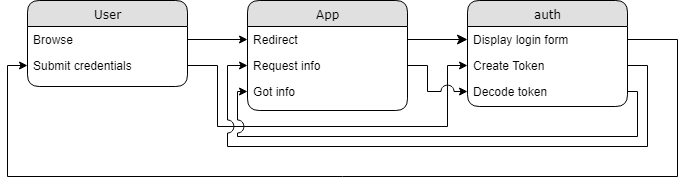
This is public/readme/implicit.png from onichandame/myserver, a draw.io export, as it was before one commit. Source tidied: cells renumbered, new cells last; positions are measured from the earlier drawing's top-left corner, leaving out a move shared by most shapes. Source of this version:
```xml
<mxGraphModel background="#ffffff">
  <root>
    <mxCell id="0" />
    <mxCell id="1" parent="0" />
    <mxCell id="2" value="App" style="swimlane;html=1;fontStyle=0;horizontal=1;startSize=26;fillColor=#e0e0e0;swimlaneFillColor=#ffffff;align=center;rounded=1;shadow=0;comic=0;labelBackgroundColor=none;strokeColor=#000000;strokeWidth=1;fontFamily=Verdana;fontSize=12;fontColor=#000000;" parent="1" vertex="1">
      <mxGeometry x="240" width="160" height="110" as="geometry" />
    </mxCell>
    <mxCell id="3" value="Redirect" style="text;html=1;strokeColor=none;fillColor=none;spacingLeft=4;spacingRight=4;whiteSpace=wrap;overflow=hidden;points=[[0,0.5],[1,0.5]];portConstraint=eastwest;" parent="2" vertex="1">
      <mxGeometry y="26" width="160" height="26" as="geometry" />
    </mxCell>
    <mxCell id="4" value="Request info" style="text;html=1;strokeColor=none;fillColor=none;spacingLeft=4;spacingRight=4;whiteSpace=wrap;overflow=hidden;points=[[0,0.5],[1,0.5]];portConstraint=eastwest;" parent="2" vertex="1">
      <mxGeometry y="52" width="160" height="26" as="geometry" />
    </mxCell>
    <mxCell id="5" value="Got info" style="text;html=1;strokeColor=none;fillColor=none;spacingLeft=4;spacingRight=4;whiteSpace=wrap;overflow=hidden;points=[[0,0.5],[1,0.5]];portConstraint=eastwest;" parent="2" vertex="1">
      <mxGeometry y="78" width="160" height="26" as="geometry" />
    </mxCell>
    <mxCell id="6" value="auth" style="swimlane;html=1;fontStyle=0;horizontal=1;startSize=26;fillColor=#e0e0e0;swimlaneFillColor=#ffffff;align=center;rounded=1;shadow=0;comic=0;labelBackgroundColor=none;strokeColor=#000000;strokeWidth=1;fontFamily=Verdana;fontSize=12;fontColor=#000000;" parent="1" vertex="1">
      <mxGeometry x="460" width="160" height="106" as="geometry" />
    </mxCell>
    <mxCell id="7" value="Display login form" style="text;html=1;strokeColor=none;fillColor=none;spacingLeft=4;spacingRight=4;whiteSpace=wrap;overflow=hidden;points=[[0,0.5],[1,0.5]];portConstraint=eastwest;" parent="6" vertex="1">
      <mxGeometry y="26" width="160" height="26" as="geometry" />
    </mxCell>
    <mxCell id="8" value="Create Token" style="text;html=1;strokeColor=none;fillColor=none;spacingLeft=4;spacingRight=4;whiteSpace=wrap;overflow=hidden;points=[[0,0.5],[1,0.5]];portConstraint=eastwest;" parent="6" vertex="1">
      <mxGeometry y="52" width="160" height="26" as="geometry" />
    </mxCell>
    <mxCell id="9" value="Decode token" style="text;html=1;strokeColor=none;fillColor=none;spacingLeft=4;spacingRight=4;whiteSpace=wrap;overflow=hidden;points=[[0,0.5],[1,0.5]];portConstraint=eastwest;" parent="6" vertex="1">
      <mxGeometry y="78" width="160" height="26" as="geometry" />
    </mxCell>
    <mxCell id="10" value="User" style="swimlane;html=1;fontStyle=0;horizontal=1;startSize=26;fillColor=#e0e0e0;swimlaneFillColor=#ffffff;align=center;rounded=1;shadow=0;comic=0;labelBackgroundColor=none;strokeColor=#000000;strokeWidth=1;fontFamily=Verdana;fontSize=12;fontColor=#000000;" parent="1" vertex="1">
      <mxGeometry x="20" width="160" height="86" as="geometry" />
    </mxCell>
    <mxCell id="11" value="Browse" style="text;html=1;strokeColor=none;fillColor=none;spacingLeft=4;spacingRight=4;whiteSpace=wrap;overflow=hidden;points=[[0,0.5],[1,0.5]];portConstraint=eastwest;" parent="10" vertex="1">
      <mxGeometry y="26" width="160" height="26" as="geometry" />
    </mxCell>
    <mxCell id="12" value="Submit credentials" style="text;html=1;strokeColor=none;fillColor=none;spacingLeft=4;spacingRight=4;whiteSpace=wrap;overflow=hidden;points=[[0,0.5],[1,0.5]];portConstraint=eastwest;" parent="10" vertex="1">
      <mxGeometry y="52" width="160" height="26" as="geometry" />
    </mxCell>
    <mxCell id="13" style="edgeStyle=orthogonalEdgeStyle;rounded=0;jettySize=auto;html=1;exitX=1;exitY=0.5;exitDx=0;exitDy=0;entryX=0;entryY=0.5;entryDx=0;entryDy=0;" parent="1" edge="1" source="11" target="3">
      <mxGeometry relative="1" as="geometry" />
    </mxCell>
    <mxCell id="14" style="edgeStyle=orthogonalEdgeStyle;html=1;exitX=1;exitY=0.5;entryX=0;entryY=0.5;labelBackgroundColor=none;startFill=0;startSize=8;endFill=1;endSize=8;fontFamily=Verdana;fontSize=12;exitDx=0;exitDy=0;entryDx=0;entryDy=0;" parent="1" edge="1" source="3" target="7">
      <mxGeometry relative="1" as="geometry" />
    </mxCell>
    <mxCell id="15" style="edgeStyle=orthogonalEdgeStyle;rounded=0;jettySize=auto;html=1;exitX=1;exitY=0.5;exitDx=0;exitDy=0;entryX=0;entryY=0.5;entryDx=0;entryDy=0;" parent="1" edge="1" source="7" target="12">
      <mxGeometry relative="1" as="geometry">
        <Array as="points">
          <mxPoint x="670" y="39" />
          <mxPoint x="670" y="176" />
          <mxPoint y="176" />
          <mxPoint y="65" />
        </Array>
      </mxGeometry>
    </mxCell>
    <mxCell id="16" style="edgeStyle=orthogonalEdgeStyle;rounded=0;jettySize=auto;html=1;exitX=1;exitY=0.5;exitDx=0;exitDy=0;entryX=0;entryY=0.5;entryDx=0;entryDy=0;" parent="1" edge="1" source="12" target="8">
      <mxGeometry relative="1" as="geometry">
        <Array as="points">
          <mxPoint x="210" y="65" />
          <mxPoint x="210" y="126" />
          <mxPoint x="440" y="126" />
          <mxPoint x="440" y="65" />
        </Array>
      </mxGeometry>
    </mxCell>
    <mxCell id="17" style="edgeStyle=orthogonalEdgeStyle;rounded=0;jettySize=auto;html=1;exitX=1;exitY=0.5;exitDx=0;exitDy=0;entryX=0;entryY=0.5;entryDx=0;entryDy=0;jumpStyle=arc;jumpSize=13;" parent="1" edge="1" source="8" target="4">
      <mxGeometry relative="1" as="geometry">
        <Array as="points">
          <mxPoint x="640" y="65" />
          <mxPoint x="640" y="146" />
          <mxPoint x="220" y="146" />
          <mxPoint x="220" y="65" />
        </Array>
      </mxGeometry>
    </mxCell>
    <mxCell id="18" style="edgeStyle=orthogonalEdgeStyle;rounded=0;jettySize=auto;html=1;exitX=1;exitY=0.5;exitDx=0;exitDy=0;entryX=0;entryY=0.5;entryDx=0;entryDy=0;jumpStyle=arc;jumpSize=13;" parent="1" edge="1" source="4" target="9">
      <mxGeometry relative="1" as="geometry">
        <Array as="points">
          <mxPoint x="420" y="65" />
          <mxPoint x="420" y="91" />
        </Array>
      </mxGeometry>
    </mxCell>
    <mxCell id="19" style="edgeStyle=orthogonalEdgeStyle;rounded=0;jumpStyle=arc;jumpSize=13;jettySize=auto;html=1;exitX=1;exitY=0.5;exitDx=0;exitDy=0;entryX=0;entryY=0.5;entryDx=0;entryDy=0;" parent="1" edge="1" source="9" target="5">
      <mxGeometry relative="1" as="geometry">
        <Array as="points">
          <mxPoint x="630" y="91" />
          <mxPoint x="630" y="136" />
          <mxPoint x="230" y="136" />
          <mxPoint x="230" y="91" />
        </Array>
      </mxGeometry>
    </mxCell>
  </root>
</mxGraphModel>
```
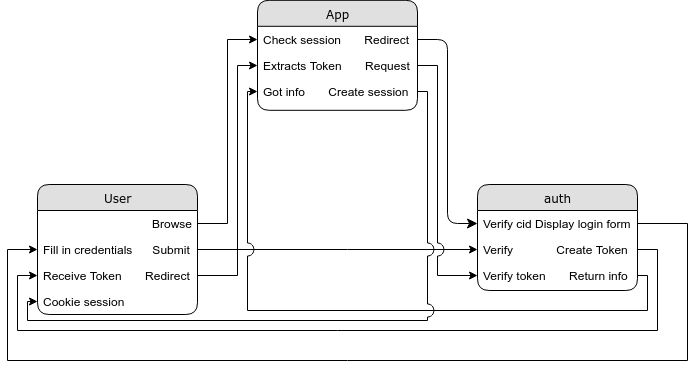
After the change.

What changed in the source:
```diff
@@ -3,38 +3,44 @@
     <mxCell id="0" />
     <mxCell id="1" parent="0" />
     <mxCell id="2" value="App" style="swimlane;html=1;fontStyle=0;horizontal=1;startSize=26;fillColor=#e0e0e0;swimlaneFillColor=#ffffff;align=center;rounded=1;shadow=0;comic=0;labelBackgroundColor=none;strokeColor=#000000;strokeWidth=1;fontFamily=Verdana;fontSize=12;fontColor=#000000;" parent="1" vertex="1">
-      <mxGeometry x="240" width="160" height="110" as="geometry" />
+      <mxGeometry x="240" y="-184.2" width="160" height="110" as="geometry" />
     </mxCell>
-    <mxCell id="3" value="Redirect" style="text;html=1;strokeColor=none;fillColor=none;spacingLeft=4;spacingRight=4;whiteSpace=wrap;overflow=hidden;points=[[0,0.5],[1,0.5]];portConstraint=eastwest;" parent="2" vertex="1">
+    <mxCell id="3" value="Check session&amp;nbsp; &amp;nbsp; &amp;nbsp; &amp;nbsp;Redirect" style="text;html=1;strokeColor=none;fillColor=none;spacingLeft=4;spacingRight=4;whiteSpace=wrap;overflow=hidden;points=[[0,0.5],[1,0.5]];portConstraint=eastwest;" parent="2" vertex="1">
       <mxGeometry y="26" width="160" height="26" as="geometry" />
     </mxCell>
-    <mxCell id="4" value="Request info" style="text;html=1;strokeColor=none;fillColor=none;spacingLeft=4;spacingRight=4;whiteSpace=wrap;overflow=hidden;points=[[0,0.5],[1,0.5]];portConstraint=eastwest;" parent="2" vertex="1">
+    <mxCell id="4" value="Extracts Token&amp;nbsp; &amp;nbsp; &amp;nbsp; &amp;nbsp;Request" style="text;html=1;strokeColor=none;fillColor=none;spacingLeft=4;spacingRight=4;whiteSpace=wrap;overflow=hidden;points=[[0,0.5],[1,0.5]];portConstraint=eastwest;" parent="2" vertex="1">
       <mxGeometry y="52" width="160" height="26" as="geometry" />
     </mxCell>
-    <mxCell id="5" value="Got info" style="text;html=1;strokeColor=none;fillColor=none;spacingLeft=4;spacingRight=4;whiteSpace=wrap;overflow=hidden;points=[[0,0.5],[1,0.5]];portConstraint=eastwest;" parent="2" vertex="1">
+    <mxCell id="5" value="Got info&amp;nbsp; &amp;nbsp; &amp;nbsp; &amp;nbsp;Create session" style="text;html=1;strokeColor=none;fillColor=none;spacingLeft=4;spacingRight=4;whiteSpace=wrap;overflow=hidden;points=[[0,0.5],[1,0.5]];portConstraint=eastwest;" parent="2" vertex="1">
       <mxGeometry y="78" width="160" height="26" as="geometry" />
     </mxCell>
     <mxCell id="6" value="auth" style="swimlane;html=1;fontStyle=0;horizontal=1;startSize=26;fillColor=#e0e0e0;swimlaneFillColor=#ffffff;align=center;rounded=1;shadow=0;comic=0;labelBackgroundColor=none;strokeColor=#000000;strokeWidth=1;fontFamily=Verdana;fontSize=12;fontColor=#000000;" parent="1" vertex="1">
       <mxGeometry x="460" width="160" height="106" as="geometry" />
     </mxCell>
-    <mxCell id="7" value="Display login form" style="text;html=1;strokeColor=none;fillColor=none;spacingLeft=4;spacingRight=4;whiteSpace=wrap;overflow=hidden;points=[[0,0.5],[1,0.5]];portConstraint=eastwest;" parent="6" vertex="1">
+    <mxCell id="7" value="Verify cid Display login form" style="text;html=1;strokeColor=none;fillColor=none;spacingLeft=4;spacingRight=4;whiteSpace=wrap;overflow=hidden;points=[[0,0.5],[1,0.5]];portConstraint=eastwest;" parent="6" vertex="1">
       <mxGeometry y="26" width="160" height="26" as="geometry" />
     </mxCell>
-    <mxCell id="8" value="Create Token" style="text;html=1;strokeColor=none;fillColor=none;spacingLeft=4;spacingRight=4;whiteSpace=wrap;overflow=hidden;points=[[0,0.5],[1,0.5]];portConstraint=eastwest;" parent="6" vertex="1">
+    <mxCell id="8" value="Verify&amp;nbsp; &amp;nbsp; &amp;nbsp; &amp;nbsp; &amp;nbsp; &amp;nbsp; &amp;nbsp;Create Token" style="text;html=1;strokeColor=none;fillColor=none;spacingLeft=4;spacingRight=4;whiteSpace=wrap;overflow=hidden;points=[[0,0.5],[1,0.5]];portConstraint=eastwest;" parent="6" vertex="1">
       <mxGeometry y="52" width="160" height="26" as="geometry" />
     </mxCell>
-    <mxCell id="9" value="Decode token" style="text;html=1;strokeColor=none;fillColor=none;spacingLeft=4;spacingRight=4;whiteSpace=wrap;overflow=hidden;points=[[0,0.5],[1,0.5]];portConstraint=eastwest;" parent="6" vertex="1">
+    <mxCell id="9" value="Verify token&amp;nbsp; &amp;nbsp; &amp;nbsp; &amp;nbsp;Return info" style="text;html=1;strokeColor=none;fillColor=none;spacingLeft=4;spacingRight=4;whiteSpace=wrap;overflow=hidden;points=[[0,0.5],[1,0.5]];portConstraint=eastwest;" parent="6" vertex="1">
       <mxGeometry y="78" width="160" height="26" as="geometry" />
     </mxCell>
     <mxCell id="10" value="User" style="swimlane;html=1;fontStyle=0;horizontal=1;startSize=26;fillColor=#e0e0e0;swimlaneFillColor=#ffffff;align=center;rounded=1;shadow=0;comic=0;labelBackgroundColor=none;strokeColor=#000000;strokeWidth=1;fontFamily=Verdana;fontSize=12;fontColor=#000000;" parent="1" vertex="1">
-      <mxGeometry x="20" width="160" height="86" as="geometry" />
+      <mxGeometry x="20" width="160" height="130" as="geometry" />
     </mxCell>
-    <mxCell id="11" value="Browse" style="text;html=1;strokeColor=none;fillColor=none;spacingLeft=4;spacingRight=4;whiteSpace=wrap;overflow=hidden;points=[[0,0.5],[1,0.5]];portConstraint=eastwest;" parent="10" vertex="1">
+    <mxCell id="11" value="Browse" style="text;html=1;strokeColor=none;fillColor=none;spacingLeft=4;spacingRight=4;whiteSpace=wrap;overflow=hidden;points=[[0,0.5],[1,0.5]];portConstraint=eastwest;align=right;" parent="10" vertex="1">
       <mxGeometry y="26" width="160" height="26" as="geometry" />
     </mxCell>
-    <mxCell id="12" value="Submit credentials" style="text;html=1;strokeColor=none;fillColor=none;spacingLeft=4;spacingRight=4;whiteSpace=wrap;overflow=hidden;points=[[0,0.5],[1,0.5]];portConstraint=eastwest;" parent="10" vertex="1">
+    <mxCell id="12" value="Fill in credentials&amp;nbsp; &amp;nbsp; &amp;nbsp; Submit" style="text;html=1;strokeColor=none;fillColor=none;spacingLeft=4;spacingRight=4;whiteSpace=wrap;overflow=hidden;points=[[0,0.5],[1,0.5]];portConstraint=eastwest;" parent="10" vertex="1">
       <mxGeometry y="52" width="160" height="26" as="geometry" />
     </mxCell>
+    <mxCell id="20" value="Receive Token&amp;nbsp; &amp;nbsp; &amp;nbsp; &amp;nbsp;Redirect" style="text;html=1;strokeColor=none;fillColor=none;spacingLeft=4;spacingRight=4;whiteSpace=wrap;overflow=hidden;points=[[0,0.5],[1,0.5]];portConstraint=eastwest;" parent="10" vertex="1">
+      <mxGeometry y="78" width="160" height="26" as="geometry" />
+    </mxCell>
+    <mxCell id="21" value="Cookie session" style="text;html=1;strokeColor=none;fillColor=none;spacingLeft=4;spacingRight=4;whiteSpace=wrap;overflow=hidden;points=[[0,0.5],[1,0.5]];portConstraint=eastwest;" parent="10" vertex="1">
+      <mxGeometry y="104" width="160" height="26" as="geometry" />
+    </mxCell>
     <mxCell id="13" style="edgeStyle=orthogonalEdgeStyle;rounded=0;jettySize=auto;html=1;exitX=1;exitY=0.5;exitDx=0;exitDy=0;entryX=0;entryY=0.5;entryDx=0;entryDy=0;" parent="1" edge="1" source="11" target="3">
       <mxGeometry relative="1" as="geometry" />
     </mxCell>
@@ -46,35 +52,23 @@
         <Array as="points">
           <mxPoint x="670" y="39" />
           <mxPoint x="670" y="176" />
-          <mxPoint y="176" />
-          <mxPoint y="65" />
+          <mxPoint x="-10" y="176" />
+          <mxPoint x="-10" y="65" />
         </Array>
       </mxGeometry>
     </mxCell>
     <mxCell id="16" style="edgeStyle=orthogonalEdgeStyle;rounded=0;jettySize=auto;html=1;exitX=1;exitY=0.5;exitDx=0;exitDy=0;entryX=0;entryY=0.5;entryDx=0;entryDy=0;" parent="1" edge="1" source="12" target="8">
       <mxGeometry relative="1" as="geometry">
         <Array as="points">
-          <mxPoint x="210" y="65" />
-          <mxPoint x="210" y="126" />
-          <mxPoint x="440" y="126" />
-          <mxPoint x="440" y="65" />
+          <mxPoint x="330" y="65" />
+          <mxPoint x="330" y="65" />
         </Array>
       </mxGeometry>
     </mxCell>
-    <mxCell id="17" style="edgeStyle=orthogonalEdgeStyle;rounded=0;jettySize=auto;html=1;exitX=1;exitY=0.5;exitDx=0;exitDy=0;entryX=0;entryY=0.5;entryDx=0;entryDy=0;jumpStyle=arc;jumpSize=13;" parent="1" edge="1" source="8" target="4">
-      <mxGeometry relative="1" as="geometry">
-        <Array as="points">
-          <mxPoint x="640" y="65" />
-          <mxPoint x="640" y="146" />
-          <mxPoint x="220" y="146" />
-          <mxPoint x="220" y="65" />
-        </Array>
-      </mxGeometry>
-    </mxCell>
     <mxCell id="18" style="edgeStyle=orthogonalEdgeStyle;rounded=0;jettySize=auto;html=1;exitX=1;exitY=0.5;exitDx=0;exitDy=0;entryX=0;entryY=0.5;entryDx=0;entryDy=0;jumpStyle=arc;jumpSize=13;" parent="1" edge="1" source="4" target="9">
       <mxGeometry relative="1" as="geometry">
         <Array as="points">
-          <mxPoint x="420" y="65" />
+          <mxPoint x="420" y="-119" />
           <mxPoint x="420" y="91" />
         </Array>
       </mxGeometry>
@@ -83,11 +77,39 @@
       <mxGeometry relative="1" as="geometry">
         <Array as="points">
           <mxPoint x="630" y="91" />
-          <mxPoint x="630" y="136" />
-          <mxPoint x="230" y="136" />
-          <mxPoint x="230" y="91" />
+          <mxPoint x="630" y="126" />
+          <mxPoint x="230" y="126" />
+          <mxPoint x="230" y="-93" />
         </Array>
       </mxGeometry>
     </mxCell>
+    <mxCell id="22" style="edgeStyle=orthogonalEdgeStyle;rounded=0;jettySize=auto;html=1;exitX=1;exitY=0.5;exitDx=0;exitDy=0;entryX=0;entryY=0.5;entryDx=0;entryDy=0;" parent="1" edge="1" source="8" target="20">
+      <mxGeometry relative="1" as="geometry">
+        <Array as="points">
+          <mxPoint x="640" y="65" />
+          <mxPoint x="640" y="146" />
+          <mxPoint y="146" />
+          <mxPoint y="91" />
+        </Array>
+      </mxGeometry>
+    </mxCell>
+    <mxCell id="23" style="edgeStyle=orthogonalEdgeStyle;rounded=0;jettySize=auto;html=1;exitX=1;exitY=0.5;exitDx=0;exitDy=0;entryX=0;entryY=0.5;entryDx=0;entryDy=0;" parent="1" edge="1" source="20" target="4">
+      <mxGeometry relative="1" as="geometry">
+        <Array as="points">
+          <mxPoint x="220" y="91" />
+          <mxPoint x="220" y="-119" />
+        </Array>
+      </mxGeometry>
+    </mxCell>
+    <mxCell id="24" style="edgeStyle=orthogonalEdgeStyle;rounded=0;jettySize=auto;html=1;exitX=1;exitY=0.5;exitDx=0;exitDy=0;entryX=0;entryY=0.5;entryDx=0;entryDy=0;jumpStyle=arc;jumpSize=13;" parent="1" edge="1" source="5" target="21">
+      <mxGeometry relative="1" as="geometry">
+        <Array as="points">
+          <mxPoint x="410" y="-93" />
+          <mxPoint x="410" y="136" />
+          <mxPoint x="10" y="136" />
+          <mxPoint x="10" y="117" />
+        </Array>
+      </mxGeometry>
+    </mxCell>
   </root>
 </mxGraphModel>
```
